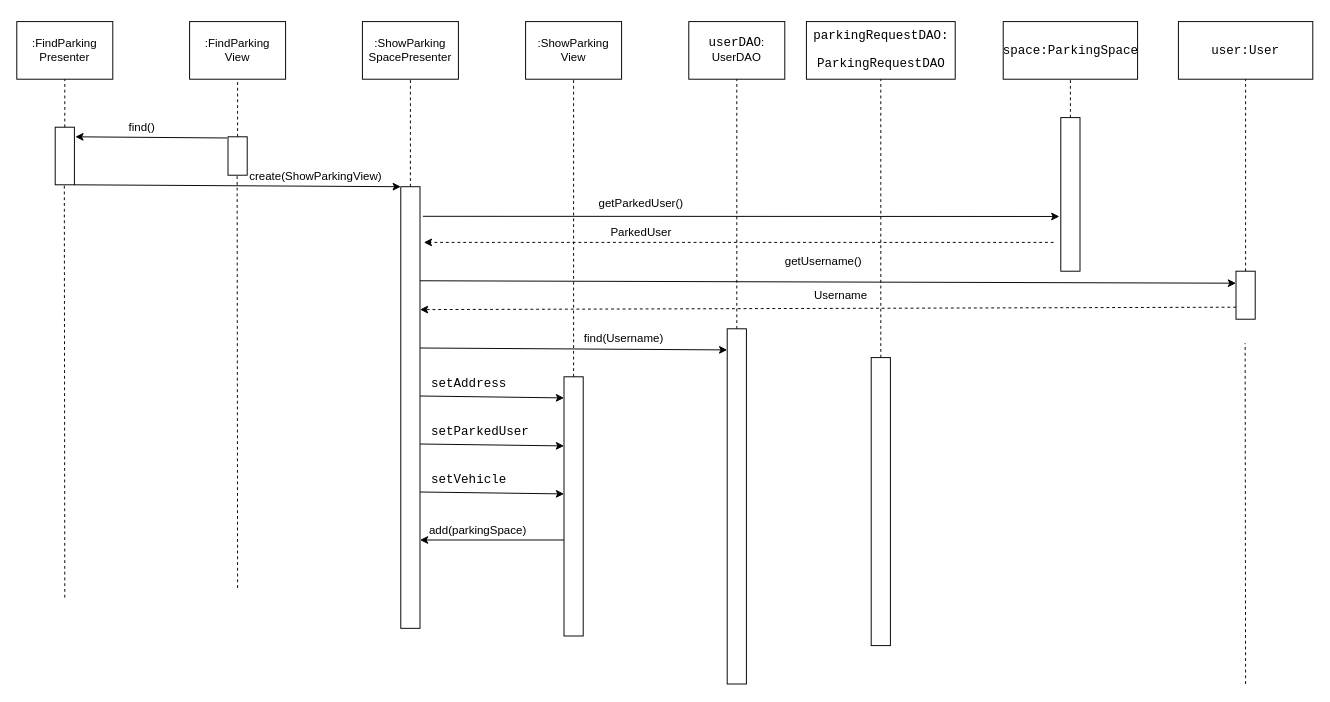
ntinouldinho/Parking-App keeps this draw.io diagram as R4_Diagrams/Sequence Diagrams/FindParkingSD.drawio. Above is the earlier version. Source tidied: cells renumbered, new cells numbered last; positions are measured from the earlier drawing's top-left corner, leaving out a move shared by most shapes. Both pictures are drawn from the tidied source at 96%, with x=0, y=0 at pixel (16, 21).
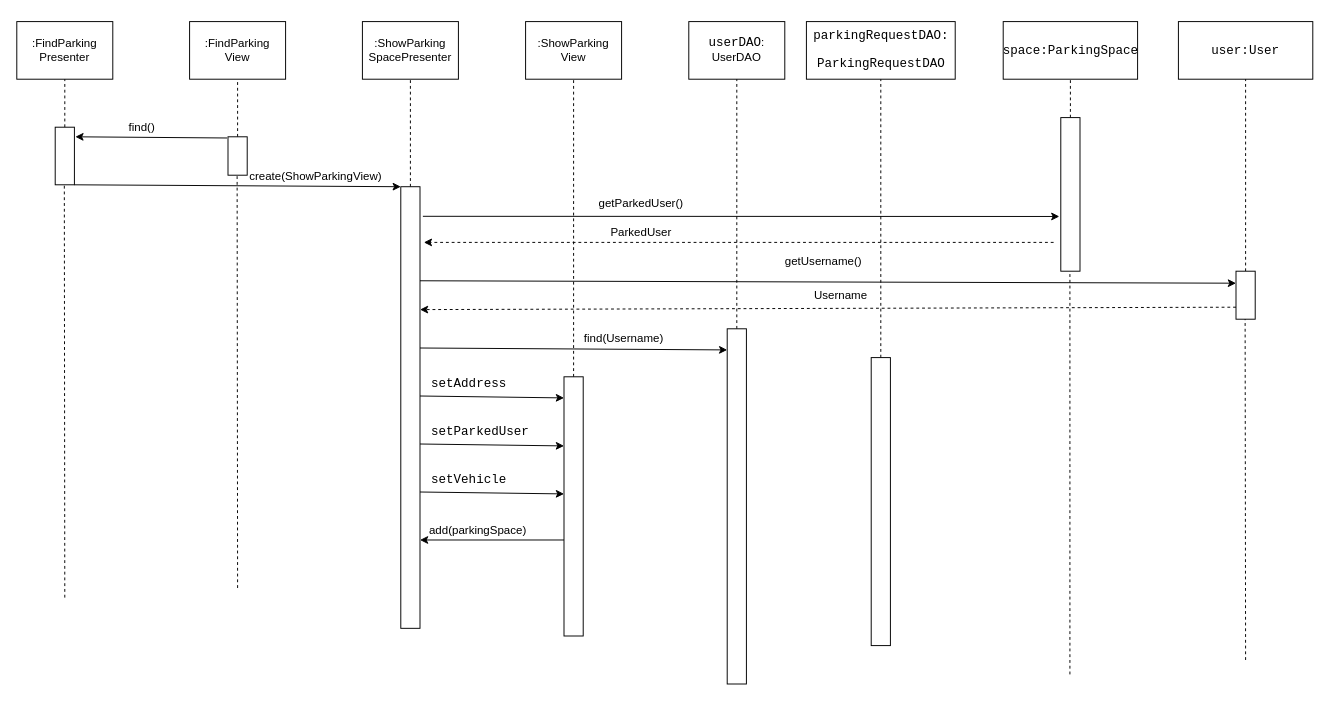
Above is the later version.

Change to the diagram source:
```diff
@@
     <mxCell id="50" style="endArrow=none;dashed=1;html=1;entryX=0.5;entryY=1;entryDx=0;entryDy=0;" parent="1" edge="1">
       <mxGeometry relative="1" as="geometry">
-        <mxPoint x="1280" y="690" as="sourcePoint" />
-        <mxPoint x="1279.5" y="335" as="targetPoint" />
+        <mxPoint x="1280" y="665" as="sourcePoint" />
+        <mxPoint x="1279.5" y="310" as="targetPoint" />
       </mxGeometry>
     </mxCell>
+    <mxCell id="51" style="endArrow=none;dashed=1;html=1;entryX=0.5;entryY=1;entryDx=0;entryDy=0;" parent="1" edge="1">
+      <mxGeometry relative="1" as="geometry">
+        <mxPoint x="1097" y="680" as="sourcePoint" />
+        <mxPoint x="1097" y="260" as="targetPoint" />
+      </mxGeometry>
+    </mxCell>
```
